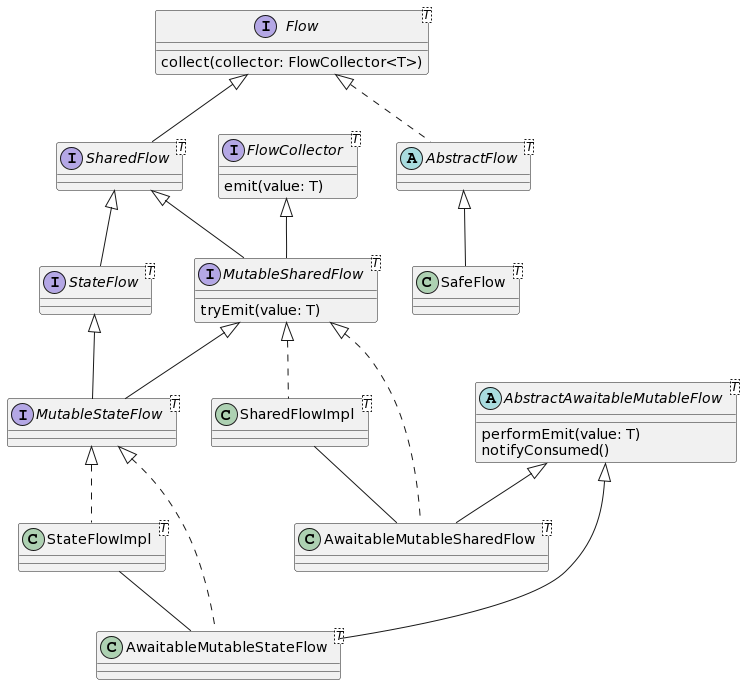
Above: figures/implementation/extended-flow.png in giacomoaccursi/master-thesis (PlantUML), before the change.
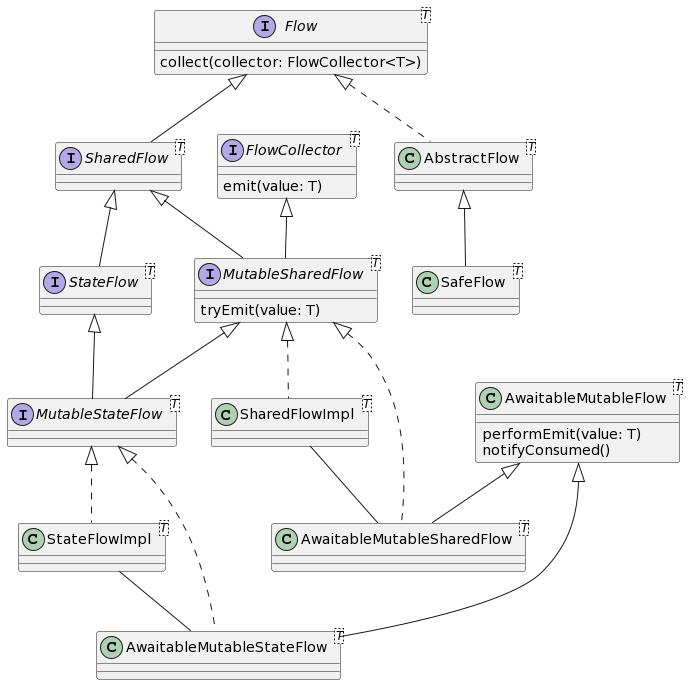
After the change.

What changed in the source:
```diff
@@ -13,13 +13,13 @@
 }
 interface MutableStateFlow<T>
 
-abstract AbstractFlow<T>
+class AbstractFlow<T>
 
 class SharedFlowImpl<T>
 class StateFlowImpl<T>
 class SafeFlow<T>
 
-abstract AbstractAwaitableMutableFlow<T>{
+class AwaitableMutableFlow<T>{
 performEmit(value: T)
 notifyConsumed()
 }
@@ -27,8 +27,8 @@
 class AwaitableMutableSharedFlow<T>
 class AwaitableMutableStateFlow<T>
 
-AbstractAwaitableMutableFlow <|-- AwaitableMutableSharedFlow
-AbstractAwaitableMutableFlow <|-- AwaitableMutableStateFlow
+AwaitableMutableFlow <|-- AwaitableMutableSharedFlow
+AwaitableMutableFlow <|-- AwaitableMutableStateFlow
 MutableSharedFlow <|.. AwaitableMutableSharedFlow
 MutableStateFlow <|.. AwaitableMutableStateFlow
 
```
